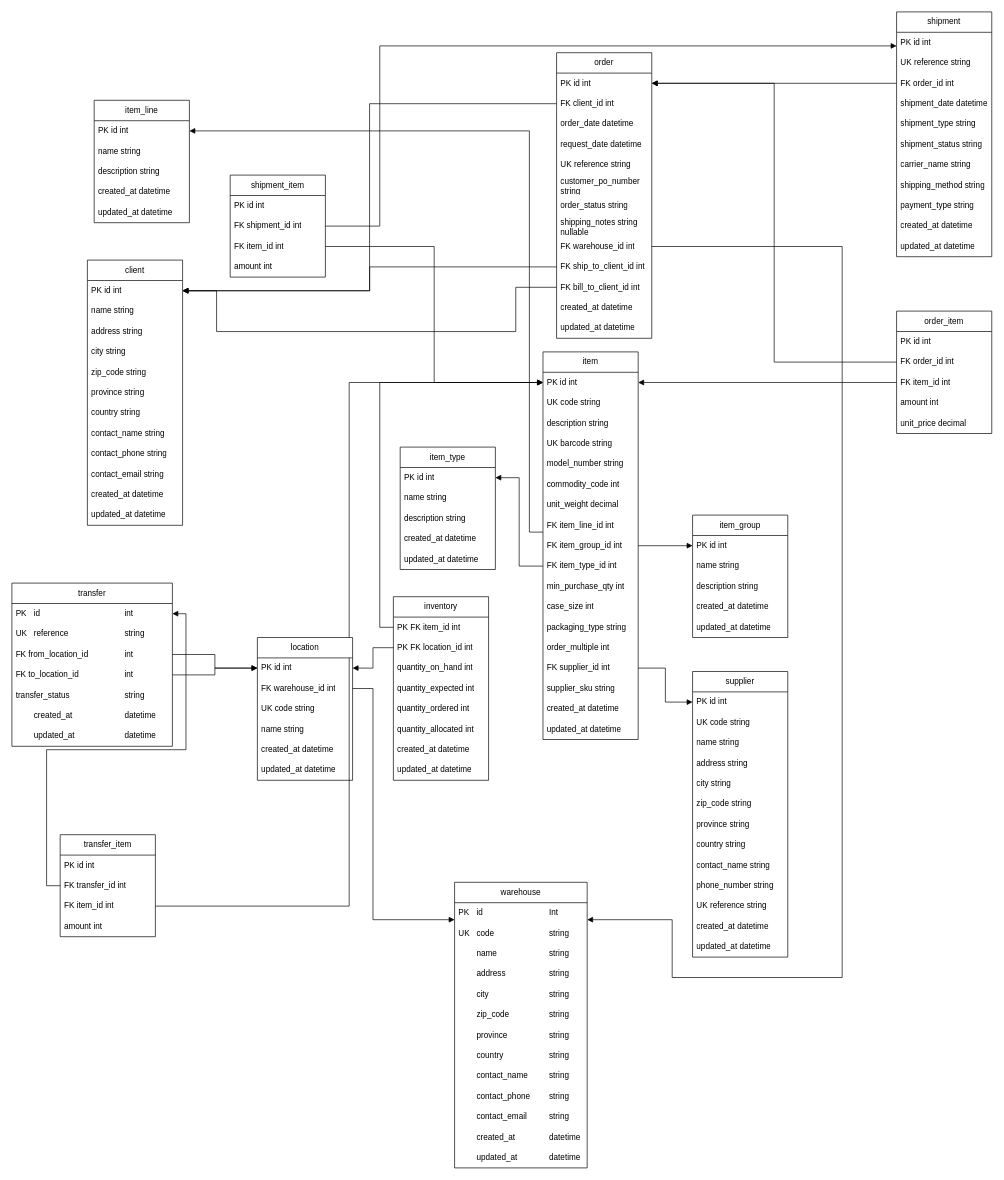
This is help.drawio from lennardje21/INF2C-Team-5, a draw.io file, before an edit. Source tidied: cells renumbered, new cells numbered last; positions are measured from the earlier drawing's top-left corner, leaving out a move shared by most shapes. Both pictures are drawn from the tidied source at 68%, with x=0, y=0 at pixel (12, 12).
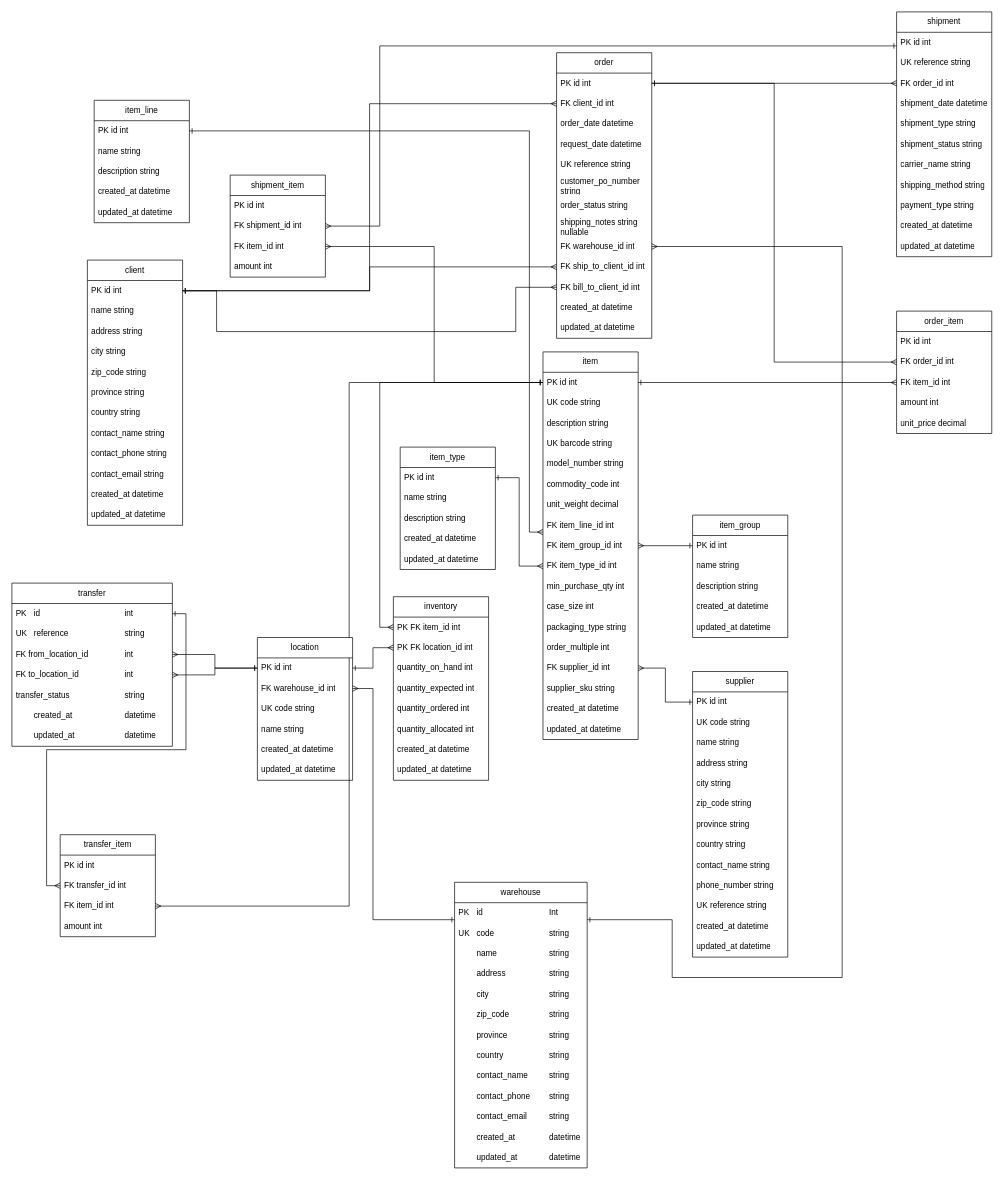
Above is the later version.

Commit message (it also covers changes not shown here):
Update ERD relationships and help image

This commit updates the help diagram to show proper one-to-many and many-to-one relationships across the ERD using ER-style arrowheads, and adds the exported help PNG asset for reference.

The change refers to these unchanged cells:
```xml
<mxCell id="3" value="PK id int" style="text;strokeColor=none;fillColor=none;align=left;verticalAlign=middle;spacingLeft=4;spacingRight=4;overflow=hidden;points=[[0,0.5],[1,0.5]];portConstraint=eastwest;whiteSpace=wrap;html=1;" parent="2" vertex="1">
<mxCell id="16" value="PK FK item_id int" style="text;strokeColor=none;fillColor=none;align=left;verticalAlign=middle;spacingLeft=4;spacingRight=4;overflow=hidden;points=[[0,0.5],[1,0.5]];portConstraint=eastwest;whiteSpace=wrap;html=1;" parent="15" vertex="1">
<mxCell id="17" value="PK FK location_id int" style="text;strokeColor=none;fillColor=none;align=left;verticalAlign=middle;spacingLeft=4;spacingRight=4;overflow=hidden;points=[[0,0.5],[1,0.5]];portConstraint=eastwest;whiteSpace=wrap;html=1;" parent="15" vertex="1">
<mxCell id="25" value="PK id int" style="text;strokeColor=none;fillColor=none;align=left;verticalAlign=middle;spacingLeft=4;spacingRight=4;overflow=hidden;points=[[0,0.5],[1,0.5]];portConstraint=eastwest;whiteSpace=wrap;html=1;" parent="24" vertex="1">
<mxCell id="31" value="PK id int" style="text;strokeColor=none;fillColor=none;align=left;verticalAlign=middle;spacingLeft=4;spacingRight=4;overflow=hidden;points=[[0,0.5],[1,0.5]];portConstraint=eastwest;whiteSpace=wrap;html=1;" parent="30" vertex="1">
<mxCell id="37" value="PK id int" style="text;strokeColor=none;fillColor=none;align=left;verticalAlign=middle;spacingLeft=4;spacingRight=4;overflow=hidden;points=[[0,0.5],[1,0.5]];portConstraint=eastwest;whiteSpace=wrap;html=1;" parent="36" vertex="1">
<mxCell id="38" value="FK client_id int" style="text;strokeColor=none;fillColor=none;align=left;verticalAlign=middle;spacingLeft=4;spacingRight=4;overflow=hidden;points=[[0,0.5],[1,0.5]];portConstraint=eastwest;whiteSpace=wrap;html=1;" parent="36" vertex="1">
<mxCell id="45" value="FK warehouse_id int" style="text;strokeColor=none;fillColor=none;align=left;verticalAlign=middle;spacingLeft=4;spacingRight=4;overflow=hidden;points=[[0,0.5],[1,0.5]];portConstraint=eastwest;whiteSpace=wrap;html=1;" parent="36" vertex="1">
<mxCell id="46" value="FK ship_to_client_id int" style="text;strokeColor=none;fillColor=none;align=left;verticalAlign=middle;spacingLeft=4;spacingRight=4;overflow=hidden;points=[[0,0.5],[1,0.5]];portConstraint=eastwest;whiteSpace=wrap;html=1;" parent="36" vertex="1">
<mxCell id="47" value="FK bill_to_client_id int" style="text;strokeColor=none;fillColor=none;align=left;verticalAlign=middle;spacingLeft=4;spacingRight=4;overflow=hidden;points=[[0,0.5],[1,0.5]];portConstraint=eastwest;whiteSpace=wrap;html=1;" parent="36" vertex="1">
<mxCell id="52" value="FK shipment_id int" style="text;strokeColor=none;fillColor=none;align=left;verticalAlign=middle;spacingLeft=4;spacingRight=4;overflow=hidden;points=[[0,0.5],[1,0.5]];portConstraint=eastwest;whiteSpace=wrap;html=1;" parent="50" vertex="1">
<mxCell id="53" value="FK item_id int" style="text;strokeColor=none;fillColor=none;align=left;verticalAlign=middle;spacingLeft=4;spacingRight=4;overflow=hidden;points=[[0,0.5],[1,0.5]];portConstraint=eastwest;whiteSpace=wrap;html=1;" parent="50" vertex="1">
<mxCell id="56" value="PK id int" style="text;strokeColor=none;fillColor=none;align=left;verticalAlign=middle;spacingLeft=4;spacingRight=4;overflow=hidden;points=[[0,0.5],[1,0.5]];portConstraint=eastwest;whiteSpace=wrap;html=1;" parent="55" vertex="1">
<mxCell id="58" value="FK order_id int" style="text;strokeColor=none;fillColor=none;align=left;verticalAlign=middle;spacingLeft=4;spacingRight=4;overflow=hidden;points=[[0,0.5],[1,0.5]];portConstraint=eastwest;whiteSpace=wrap;html=1;" parent="55" vertex="1">
<mxCell id="68" value="PK id int" style="text;strokeColor=none;fillColor=none;align=left;verticalAlign=middle;spacingLeft=4;spacingRight=4;overflow=hidden;points=[[0,0.5],[1,0.5]];portConstraint=eastwest;whiteSpace=wrap;html=1;" parent="67" vertex="1">
<mxCell id="82" value="PK id int" style="text;strokeColor=none;fillColor=none;align=left;verticalAlign=middle;spacingLeft=4;spacingRight=4;overflow=hidden;points=[[0,0.5],[1,0.5]];portConstraint=eastwest;whiteSpace=wrap;html=1;" parent="81" vertex="1">
<mxCell id="88" value="PK id int" style="text;strokeColor=none;fillColor=none;align=left;verticalAlign=middle;spacingLeft=4;spacingRight=4;overflow=hidden;points=[[0,0.5],[1,0.5]];portConstraint=eastwest;whiteSpace=wrap;html=1;" parent="87" vertex="1">
<mxCell id="95" value="FK item_line_id int" style="text;strokeColor=none;fillColor=none;align=left;verticalAlign=middle;spacingLeft=4;spacingRight=4;overflow=hidden;points=[[0,0.5],[1,0.5]];portConstraint=eastwest;whiteSpace=wrap;html=1;" parent="87" vertex="1">
<mxCell id="96" value="FK item_group_id int" style="text;strokeColor=none;fillColor=none;align=left;verticalAlign=middle;spacingLeft=4;spacingRight=4;overflow=hidden;points=[[0,0.5],[1,0.5]];portConstraint=eastwest;whiteSpace=wrap;html=1;" parent="87" vertex="1">
<mxCell id="97" value="FK item_type_id int" style="text;strokeColor=none;fillColor=none;align=left;verticalAlign=middle;spacingLeft=4;spacingRight=4;overflow=hidden;points=[[0,0.5],[1,0.5]];portConstraint=eastwest;whiteSpace=wrap;html=1;" parent="87" vertex="1">
<mxCell id="102" value="FK supplier_id int" style="text;strokeColor=none;fillColor=none;align=left;verticalAlign=middle;spacingLeft=4;spacingRight=4;overflow=hidden;points=[[0,0.5],[1,0.5]];portConstraint=eastwest;whiteSpace=wrap;html=1;" parent="87" vertex="1">
<mxCell id="108" value="FK order_id int" style="text;strokeColor=none;fillColor=none;align=left;verticalAlign=middle;spacingLeft=4;spacingRight=4;overflow=hidden;points=[[0,0.5],[1,0.5]];portConstraint=eastwest;whiteSpace=wrap;html=1;" parent="106" vertex="1">
<mxCell id="109" value="FK item_id int" style="text;strokeColor=none;fillColor=none;align=left;verticalAlign=middle;spacingLeft=4;spacingRight=4;overflow=hidden;points=[[0,0.5],[1,0.5]];portConstraint=eastwest;whiteSpace=wrap;html=1;" parent="106" vertex="1">
<mxCell id="114" value="FK transfer_id int" style="text;strokeColor=none;fillColor=none;align=left;verticalAlign=middle;spacingLeft=4;spacingRight=4;overflow=hidden;points=[[0,0.5],[1,0.5]];portConstraint=eastwest;whiteSpace=wrap;html=1;" parent="112" vertex="1">
<mxCell id="115" value="FK item_id int" style="text;strokeColor=none;fillColor=none;align=left;verticalAlign=middle;spacingLeft=4;spacingRight=4;overflow=hidden;points=[[0,0.5],[1,0.5]];portConstraint=eastwest;whiteSpace=wrap;html=1;" parent="112" vertex="1">
<mxCell id="118" value="PK&lt;span style=&quot;white-space: pre;&quot;&gt;&#9;&lt;/span&gt;id&lt;span style=&quot;white-space: pre;&quot;&gt;&#9;&lt;/span&gt;&lt;span style=&quot;white-space: pre;&quot;&gt;&#9;&lt;/span&gt;&lt;span style=&quot;white-space: pre;&quot;&gt;&#9;&lt;/span&gt;&lt;span style=&quot;white-space: pre;&quot;&gt;&#9;&lt;/span&gt;&lt;span style=&quot;white-space: pre;&quot;&gt;&#9;&lt;/span&gt;int" style="text;strokeColor=none;fillColor=none;align=left;verticalAlign=middle;spacingLeft=4;spacingRight=4;overflow=hidden;points=[[0,0.5],[1,0.5]];portConstraint=eastwest;whiteSpace=wrap;html=1;" parent="117" vertex="1">
<mxCell id="120" value="FK from_location_id &lt;span style=&quot;white-space: pre;&quot;&gt;&#9;&lt;/span&gt;&lt;span style=&quot;white-space: pre;&quot;&gt;&#9;&lt;/span&gt;int" style="text;strokeColor=none;fillColor=none;align=left;verticalAlign=middle;spacingLeft=4;spacingRight=4;overflow=hidden;points=[[0,0.5],[1,0.5]];portConstraint=eastwest;whiteSpace=wrap;html=1;" parent="117" vertex="1">
<mxCell id="121" value="FK to_location_id &lt;span style=&quot;white-space: pre;&quot;&gt;&#9;&lt;/span&gt;&lt;span style=&quot;white-space: pre;&quot;&gt;&#9;&lt;/span&gt;&lt;span style=&quot;white-space: pre;&quot;&gt;&#9;&lt;/span&gt;int" style="text;strokeColor=none;fillColor=none;align=left;verticalAlign=middle;spacingLeft=4;spacingRight=4;overflow=hidden;points=[[0,0.5],[1,0.5]];portConstraint=eastwest;whiteSpace=wrap;html=1;" parent="117" vertex="1">
<mxCell id="126" value="PK&lt;span style=&quot;white-space: pre;&quot;&gt;&#9;&lt;/span&gt;id&lt;span style=&quot;white-space: pre;&quot;&gt;&#9;&lt;/span&gt;&lt;span style=&quot;white-space: pre;&quot;&gt;&#9;&lt;span style=&quot;white-space: pre;&quot;&gt;&#9;&lt;/span&gt;&lt;span style=&quot;white-space: pre;&quot;&gt;&#9;&lt;/span&gt;&lt;/span&gt;Int" style="text;strokeColor=none;fillColor=none;align=left;verticalAlign=middle;spacingLeft=4;spacingRight=4;overflow=hidden;points=[[0,0.5],[1,0.5]];portConstraint=eastwest;whiteSpace=wrap;html=1;" parent="125" vertex="1">
<mxCell id="159" value="PK id int" style="text;strokeColor=none;fillColor=none;align=left;verticalAlign=middle;spacingLeft=4;spacingRight=4;overflow=hidden;points=[[0,0.5],[1,0.5]];portConstraint=eastwest;whiteSpace=wrap;html=1;" parent="158" vertex="1">
<mxCell id="160" value="FK warehouse_id int" style="text;strokeColor=none;fillColor=none;align=left;verticalAlign=middle;spacingLeft=4;spacingRight=4;overflow=hidden;points=[[0,0.5],[1,0.5]];portConstraint=eastwest;whiteSpace=wrap;html=1;" parent="158" vertex="1">
```

Diff of the diagram source:
```diff
@@
-<mxGraphModel>
+<mxGraphModel background="light-dark(#FFFFFF,#121212)">
@@
-    <mxCell id="139" style="edgeStyle=orthogonalEdgeStyle;rounded=0;jettySize=auto;html=1;endArrow=block;endFill=1;" parent="1" edge="1" source="16" target="88">
+    <mxCell id="139" style="edgeStyle=orthogonalEdgeStyle;rounded=0;jettySize=auto;html=1;startArrow=ERmany;endArrow=ERone;" parent="1" edge="1" source="16" target="88">
       <mxGeometry relative="1" as="geometry">
         <Array as="points">
           <mxPoint x="541" y="905" />
           <mxPoint x="541" y="545" />
         </Array>
       </mxGeometry>
     </mxCell>
-    <mxCell id="140" style="edgeStyle=orthogonalEdgeStyle;rounded=0;jettySize=auto;html=1;endArrow=block;endFill=1;" parent="1" edge="1" source="17" target="159">
+    <mxCell id="140" style="edgeStyle=orthogonalEdgeStyle;rounded=0;jettySize=auto;html=1;startArrow=ERmany;endArrow=ERone;" parent="1" edge="1" source="17" target="159">
       <mxGeometry relative="1" as="geometry" />
     </mxCell>
-    <mxCell id="141" style="edgeStyle=orthogonalEdgeStyle;rounded=0;jettySize=auto;html=1;endArrow=block;endFill=1;" parent="1" edge="1" source="160" target="126">
+    <mxCell id="141" style="edgeStyle=orthogonalEdgeStyle;rounded=0;jettySize=auto;html=1;startArrow=ERmany;endArrow=ERone;" parent="1" edge="1" source="160" target="126">
       <mxGeometry relative="1" as="geometry">
         <Array as="points">
           <mxPoint x="531" y="995" />
           <mxPoint x="531" y="1335" />
         </Array>
       </mxGeometry>
     </mxCell>
-    <mxCell id="142" style="edgeStyle=orthogonalEdgeStyle;rounded=0;jettySize=auto;html=1;endArrow=block;endFill=1;" parent="1" edge="1" source="38" target="3">
+    <mxCell id="142" style="edgeStyle=orthogonalEdgeStyle;rounded=0;jettySize=auto;html=1;startArrow=ERmany;endArrow=ERone;" parent="1" edge="1" source="38" target="3">
       <mxGeometry relative="1" as="geometry" />
     </mxCell>
-    <mxCell id="143" style="edgeStyle=orthogonalEdgeStyle;rounded=0;jettySize=auto;html=1;endArrow=block;endFill=1;" parent="1" edge="1" source="45" target="126">
+    <mxCell id="143" style="edgeStyle=orthogonalEdgeStyle;rounded=0;jettySize=auto;html=1;startArrow=ERmany;endArrow=ERone;" parent="1" edge="1" source="45" target="126">
       <mxGeometry relative="1" as="geometry">
         <Array as="points">
           <mxPoint x="1221" y="345" />
           <mxPoint x="1221" y="1420" />
           <mxPoint x="971" y="1420" />
           <mxPoint x="971" y="1335" />
         </Array>
       </mxGeometry>
     </mxCell>
-    <mxCell id="144" style="edgeStyle=orthogonalEdgeStyle;rounded=0;jettySize=auto;html=1;endArrow=block;endFill=1;" parent="1" edge="1" source="46" target="3">
+    <mxCell id="144" style="edgeStyle=orthogonalEdgeStyle;rounded=0;jettySize=auto;html=1;startArrow=ERmany;endArrow=ERone;" parent="1" edge="1" source="46" target="3">
       <mxGeometry relative="1" as="geometry">
         <Array as="points">
           <mxPoint x="526.1" y="375" />
           <mxPoint x="526.1" y="410.1" />
         </Array>
       </mxGeometry>
     </mxCell>
-    <mxCell id="145" style="edgeStyle=orthogonalEdgeStyle;rounded=0;jettySize=auto;html=1;endArrow=block;endFill=1;" parent="1" edge="1" source="47" target="3">
+    <mxCell id="145" style="edgeStyle=orthogonalEdgeStyle;rounded=0;jettySize=auto;html=1;startArrow=ERmany;endArrow=ERone;" parent="1" edge="1" source="47" target="3">
       <mxGeometry relative="1" as="geometry">
         <Array as="points">
           <mxPoint x="741" y="405" />
           <mxPoint x="741" y="470.1" />
           <mxPoint x="301" y="470.1" />
           <mxPoint x="301" y="410.1" />
         </Array>
       </mxGeometry>
     </mxCell>
-    <mxCell id="146" style="edgeStyle=orthogonalEdgeStyle;rounded=0;jettySize=auto;html=1;endArrow=block;endFill=1;" parent="1" edge="1" source="58" target="37">
+    <mxCell id="146" style="edgeStyle=orthogonalEdgeStyle;rounded=0;jettySize=auto;html=1;startArrow=ERmany;endArrow=ERone;" parent="1" edge="1" source="58" target="37">
       <mxGeometry relative="1" as="geometry" />
     </mxCell>
-    <mxCell id="147" style="edgeStyle=orthogonalEdgeStyle;rounded=0;jettySize=auto;html=1;endArrow=block;endFill=1;" parent="1" edge="1" source="52" target="56">
+    <mxCell id="147" style="edgeStyle=orthogonalEdgeStyle;rounded=0;jettySize=auto;html=1;startArrow=ERmany;endArrow=ERone;" parent="1" edge="1" source="52" target="56">
       <mxGeometry relative="1" as="geometry">
         <Array as="points">
           <mxPoint x="541" y="315" />
           <mxPoint x="541" y="50" />
         </Array>
       </mxGeometry>
     </mxCell>
-    <mxCell id="148" style="edgeStyle=orthogonalEdgeStyle;rounded=0;jettySize=auto;html=1;endArrow=block;endFill=1;" parent="1" edge="1" source="53" target="88">
+    <mxCell id="148" style="edgeStyle=orthogonalEdgeStyle;rounded=0;jettySize=auto;html=1;startArrow=ERmany;endArrow=ERone;" parent="1" edge="1" source="53" target="88">
       <mxGeometry relative="1" as="geometry" />
     </mxCell>
-    <mxCell id="149" style="edgeStyle=orthogonalEdgeStyle;rounded=0;jettySize=auto;html=1;endArrow=block;endFill=1;" parent="1" edge="1" source="95" target="31">
+    <mxCell id="149" style="edgeStyle=orthogonalEdgeStyle;rounded=0;jettySize=auto;html=1;startArrow=ERmany;endArrow=ERone;" parent="1" edge="1" source="95" target="31">
       <mxGeometry relative="1" as="geometry">
         <Array as="points">
           <mxPoint x="761" y="765" />
           <mxPoint x="761" y="175" />
         </Array>
       </mxGeometry>
     </mxCell>
-    <mxCell id="150" style="edgeStyle=orthogonalEdgeStyle;rounded=0;jettySize=auto;html=1;endArrow=block;endFill=1;" parent="1" edge="1" source="96" target="25">
+    <mxCell id="150" style="edgeStyle=orthogonalEdgeStyle;rounded=0;jettySize=auto;html=1;startArrow=ERmany;endArrow=ERone;" parent="1" edge="1" source="96" target="25">
       <mxGeometry relative="1" as="geometry" />
     </mxCell>
-    <mxCell id="151" style="edgeStyle=orthogonalEdgeStyle;rounded=0;jettySize=auto;html=1;endArrow=block;endFill=1;" parent="1" edge="1" source="97" target="82">
+    <mxCell id="151" style="edgeStyle=orthogonalEdgeStyle;rounded=0;jettySize=auto;html=1;startArrow=ERmany;endArrow=ERone;" parent="1" edge="1" source="97" target="82">
       <mxGeometry relative="1" as="geometry" />
     </mxCell>
-    <mxCell id="152" style="edgeStyle=orthogonalEdgeStyle;rounded=0;jettySize=auto;html=1;endArrow=block;endFill=1;" parent="1" edge="1" source="102" target="68">
+    <mxCell id="152" style="edgeStyle=orthogonalEdgeStyle;rounded=0;jettySize=auto;html=1;startArrow=ERmany;endArrow=ERone;" parent="1" edge="1" source="102" target="68">
       <mxGeometry relative="1" as="geometry" />
     </mxCell>
-    <mxCell id="153" style="edgeStyle=orthogonalEdgeStyle;rounded=0;jettySize=auto;html=1;endArrow=block;endFill=1;" parent="1" edge="1" source="108" target="37">
+    <mxCell id="153" style="edgeStyle=orthogonalEdgeStyle;rounded=0;jettySize=auto;html=1;startArrow=ERmany;endArrow=ERone;" parent="1" edge="1" source="108" target="37">
       <mxGeometry relative="1" as="geometry" />
     </mxCell>
-    <mxCell id="154" style="edgeStyle=orthogonalEdgeStyle;rounded=0;jettySize=auto;html=1;endArrow=block;endFill=1;" parent="1" edge="1" source="109" target="88">
+    <mxCell id="154" style="edgeStyle=orthogonalEdgeStyle;rounded=0;jettySize=auto;html=1;startArrow=ERmany;endArrow=ERone;" parent="1" edge="1" source="109" target="88">
       <mxGeometry relative="1" as="geometry" />
     </mxCell>
-    <mxCell id="155" style="edgeStyle=orthogonalEdgeStyle;rounded=0;jettySize=auto;html=1;endArrow=block;endFill=1;" parent="1" edge="1" source="115" target="88">
+    <mxCell id="155" style="edgeStyle=orthogonalEdgeStyle;rounded=0;jettySize=auto;html=1;startArrow=ERmany;endArrow=ERone;" parent="1" edge="1" source="115" target="88">
       <mxGeometry relative="1" as="geometry" />
     </mxCell>
-    <mxCell id="156" style="edgeStyle=orthogonalEdgeStyle;rounded=0;jettySize=auto;html=1;endArrow=block;endFill=1;" parent="1" edge="1" source="120" target="159">
+    <mxCell id="156" style="edgeStyle=orthogonalEdgeStyle;rounded=0;jettySize=auto;html=1;startArrow=ERmany;endArrow=ERone;" parent="1" edge="1" source="120" target="159">
       <mxGeometry relative="1" as="geometry" />
     </mxCell>
-    <mxCell id="157" style="edgeStyle=orthogonalEdgeStyle;rounded=0;jettySize=auto;html=1;endArrow=block;endFill=1;" parent="1" edge="1" source="121" target="159">
+    <mxCell id="157" style="edgeStyle=orthogonalEdgeStyle;rounded=0;jettySize=auto;html=1;startArrow=ERmany;endArrow=ERone;" parent="1" edge="1" source="121" target="159">
       <mxGeometry relative="1" as="geometry" />
     </mxCell>
@@
-    <mxCell id="165" style="edgeStyle=orthogonalEdgeStyle;rounded=0;jettySize=auto;html=1;endArrow=block;endFill=1;" parent="1" edge="1" source="114" target="118">
+    <mxCell id="165" style="edgeStyle=orthogonalEdgeStyle;rounded=0;jettySize=auto;html=1;startArrow=ERmany;endArrow=ERone;" parent="1" edge="1" source="114" target="118">
       <mxGeometry relative="1" as="geometry" />
     </mxCell>
```
